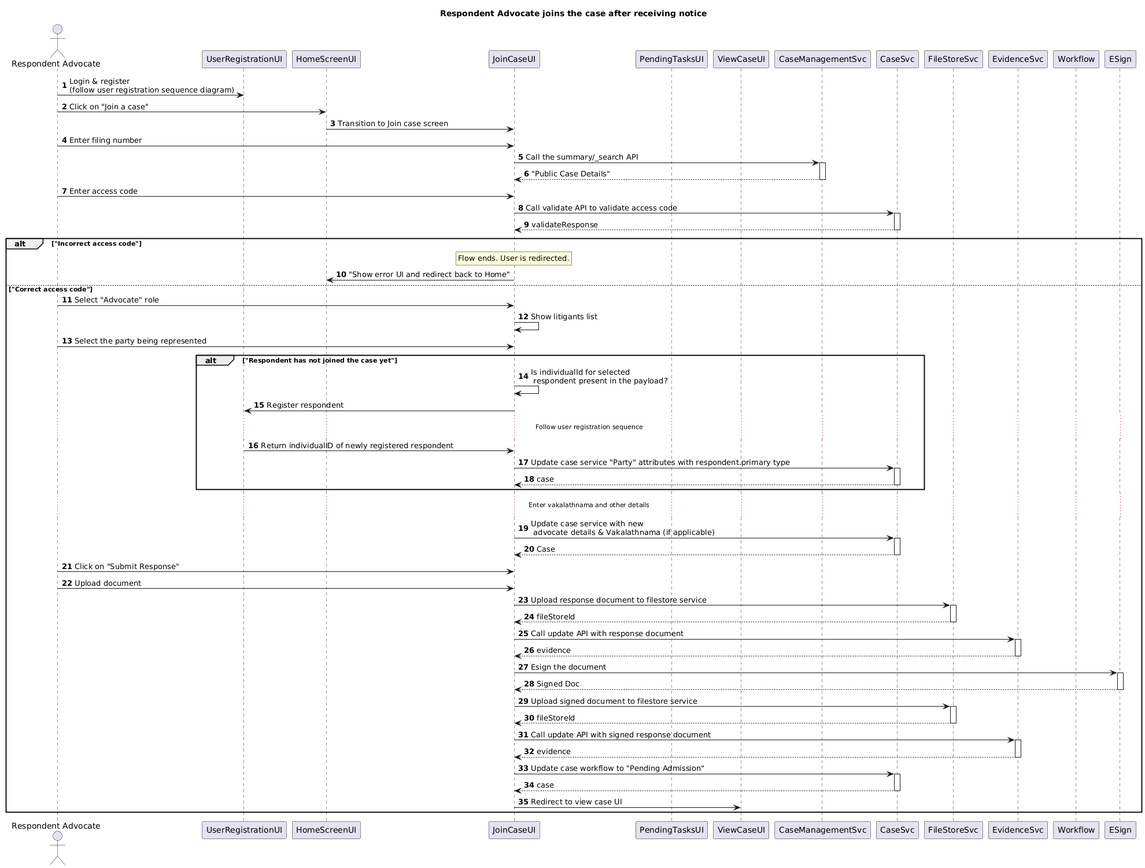
Before: docs/Case/UI_sequence_diagrams/Diagrams/BNSS_Respondent_Advocate_Joins_Case.png, a diagram exported from PlantUML (pucardotorg/dristi).
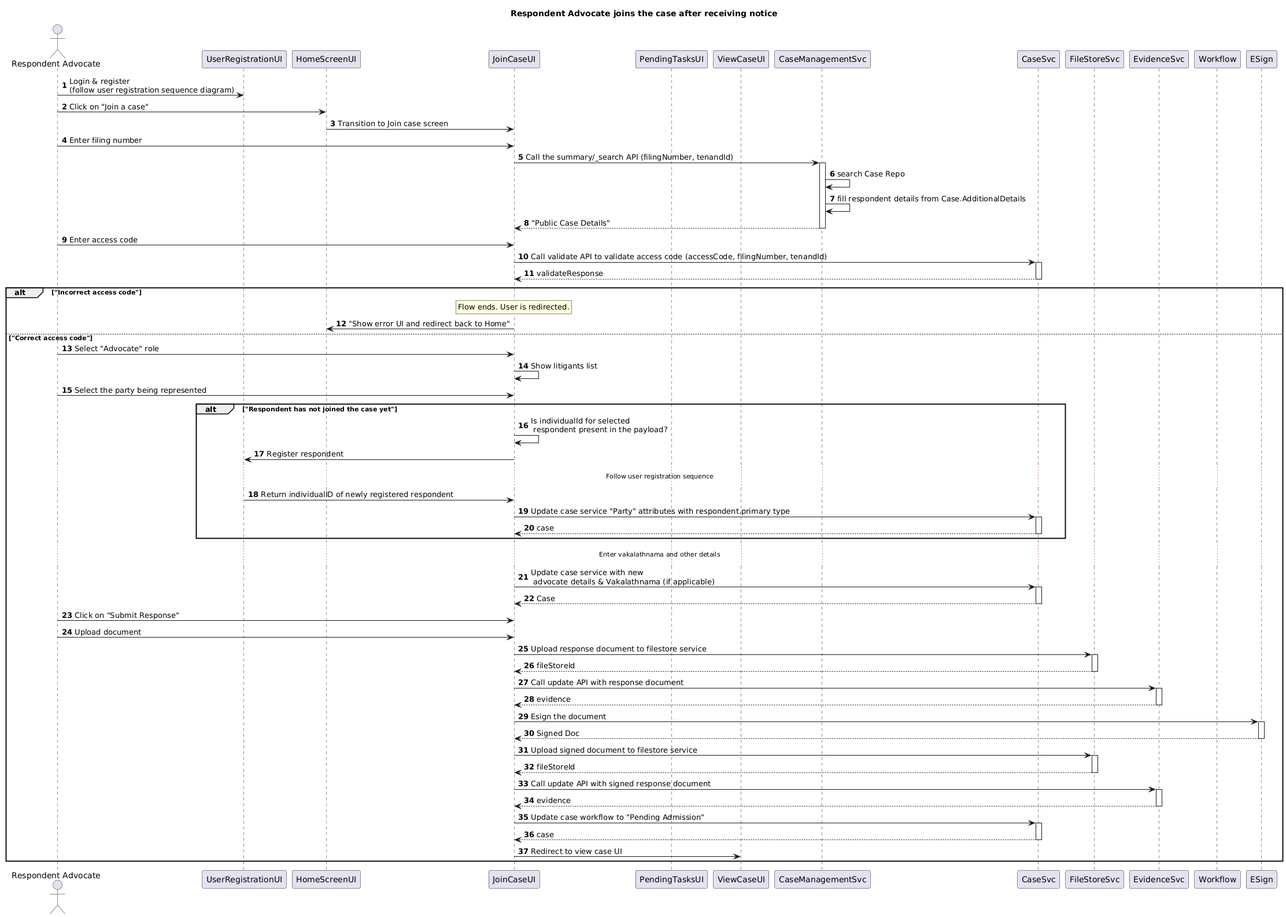
After the change.

Commit message:
added a bit more details to join a case flow

Diff of the diagram source:
```diff
@@ -18,10 +18,12 @@
 R->H: Click on "Join a case"
 H->J: Transition to Join case screen
 R->J: Enter filing number
-J->CMS++: Call the summary/_search API
+J->CMS++: Call the summary/_search API (filingNumber, tenandId)
+CMS->CMS: search Case Repo
+CMS->CMS: fill respondent details from Case.AdditionalDetails
 return "Public Case Details"
 R->J: Enter access code
-J->CaseSvc++: Call validate API to validate access code
+J->CaseSvc++: Call validate API to validate access code (accessCode, filingNumber, tenandId)
 return validateResponse
 alt "Incorrect access code"
 rnote over J
```
